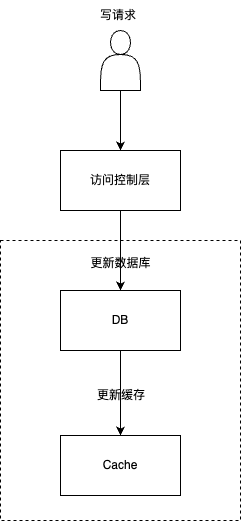
The draw.io diagram binlog-sub.png in qinjianmin/draw.io, before a commit. Source tidied: cells renumbered, new cells last; positions are measured from the earlier drawing's top-left corner, leaving out a move shared by most shapes. Its diagram source:
```xml
<mxGraphModel>
  <root>
    <mxCell id="0" />
    <mxCell id="1" parent="0" />
    <mxCell id="2" style="rounded=0;whiteSpace=wrap;html=1;fillColor=none;dashed=1;" parent="1" vertex="1">
      <mxGeometry y="240" width="240" height="280" as="geometry" />
    </mxCell>
    <mxCell id="3" value="写请求" style="text;html=1;strokeColor=none;fillColor=none;align=center;verticalAlign=middle;whiteSpace=wrap;rounded=0;" parent="1" vertex="1">
      <mxGeometry x="87.5" width="60" height="30" as="geometry" />
    </mxCell>
    <mxCell id="4" style="edgeStyle=orthogonalEdgeStyle;rounded=0;jettySize=auto;html=1;" parent="1" edge="1" source="5" target="6">
      <mxGeometry relative="1" as="geometry" />
    </mxCell>
    <mxCell id="5" value="DB" style="whiteSpace=wrap;html=1;" parent="1" vertex="1">
      <mxGeometry x="60" y="290" width="120" height="60" as="geometry" />
    </mxCell>
    <mxCell id="6" value="Cache" style="whiteSpace=wrap;html=1;" parent="1" vertex="1">
      <mxGeometry x="60" y="435" width="120" height="60" as="geometry" />
    </mxCell>
    <mxCell id="7" value="更新数据库" style="text;html=1;strokeColor=none;fillColor=none;align=center;verticalAlign=middle;whiteSpace=wrap;rounded=0;" parent="1" vertex="1">
      <mxGeometry x="77.5" y="248" width="85" height="30" as="geometry" />
    </mxCell>
    <mxCell id="8" value="更新缓存" style="text;html=1;strokeColor=none;fillColor=none;align=center;verticalAlign=middle;whiteSpace=wrap;rounded=0;" parent="1" vertex="1">
      <mxGeometry x="91" y="380" width="60" height="30" as="geometry" />
    </mxCell>
    <mxCell id="9" style="edgeStyle=orthogonalEdgeStyle;rounded=0;jettySize=auto;html=1;entryX=0.5;entryY=0;entryDx=0;entryDy=0;" parent="1" edge="1" source="10" target="12">
      <mxGeometry relative="1" as="geometry" />
    </mxCell>
    <mxCell id="10" style="shape=actor;whiteSpace=wrap;html=1;" parent="1" vertex="1">
      <mxGeometry x="100" y="30" width="40" height="60" as="geometry" />
    </mxCell>
    <mxCell id="11" style="edgeStyle=orthogonalEdgeStyle;rounded=0;jettySize=auto;html=1;entryX=0.5;entryY=0;entryDx=0;entryDy=0;" parent="1" edge="1" source="12" target="5">
      <mxGeometry relative="1" as="geometry" />
    </mxCell>
    <mxCell id="12" value="访问控制层" style="whiteSpace=wrap;html=1;" parent="1" vertex="1">
      <mxGeometry x="60" y="150" width="120" height="60" as="geometry" />
    </mxCell>
  </root>
</mxGraphModel>
```
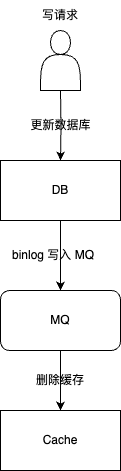
After the commit.

The edit, as a diff of the source:
```diff
@@ -2,38 +2,40 @@
   <root>
     <mxCell id="0" />
     <mxCell id="1" parent="0" />
-    <mxCell id="2" style="rounded=0;whiteSpace=wrap;html=1;fillColor=none;dashed=1;" parent="1" vertex="1">
-      <mxGeometry y="240" width="240" height="280" as="geometry" />
-    </mxCell>
     <mxCell id="3" value="写请求" style="text;html=1;strokeColor=none;fillColor=none;align=center;verticalAlign=middle;whiteSpace=wrap;rounded=0;" parent="1" vertex="1">
-      <mxGeometry x="87.5" width="60" height="30" as="geometry" />
+      <mxGeometry x="90" y="130" width="60" height="30" as="geometry" />
     </mxCell>
-    <mxCell id="4" style="edgeStyle=orthogonalEdgeStyle;rounded=0;jettySize=auto;html=1;" parent="1" edge="1" source="5" target="6">
-      <mxGeometry relative="1" as="geometry" />
-    </mxCell>
+    <mxCell id="13" style="edgeStyle=orthogonalEdgeStyle;rounded=0;jettySize=auto;html=1;entryX=0.5;entryY=0;entryDx=0;entryDy=0;" parent="1" edge="1" source="5" target="15">
+      <mxGeometry relative="1" as="geometry" />
+    </mxCell>
     <mxCell id="5" value="DB" style="whiteSpace=wrap;html=1;" parent="1" vertex="1">
       <mxGeometry x="60" y="290" width="120" height="60" as="geometry" />
     </mxCell>
-    <mxCell id="6" value="Cache" style="whiteSpace=wrap;html=1;" parent="1" vertex="1">
-      <mxGeometry x="60" y="435" width="120" height="60" as="geometry" />
-    </mxCell>
     <mxCell id="7" value="更新数据库" style="text;html=1;strokeColor=none;fillColor=none;align=center;verticalAlign=middle;whiteSpace=wrap;rounded=0;" parent="1" vertex="1">
-      <mxGeometry x="77.5" y="248" width="85" height="30" as="geometry" />
+      <mxGeometry x="77.5" y="240" width="85" height="30" as="geometry" />
     </mxCell>
-    <mxCell id="8" value="更新缓存" style="text;html=1;strokeColor=none;fillColor=none;align=center;verticalAlign=middle;whiteSpace=wrap;rounded=0;" parent="1" vertex="1">
-      <mxGeometry x="91" y="380" width="60" height="30" as="geometry" />
-    </mxCell>
-    <mxCell id="9" style="edgeStyle=orthogonalEdgeStyle;rounded=0;jettySize=auto;html=1;entryX=0.5;entryY=0;entryDx=0;entryDy=0;" parent="1" edge="1" source="10" target="12">
-      <mxGeometry relative="1" as="geometry" />
-    </mxCell>
     <mxCell id="10" style="shape=actor;whiteSpace=wrap;html=1;" parent="1" vertex="1">
-      <mxGeometry x="100" y="30" width="40" height="60" as="geometry" />
+      <mxGeometry x="100" y="160" width="40" height="60" as="geometry" />
     </mxCell>
-    <mxCell id="11" style="edgeStyle=orthogonalEdgeStyle;rounded=0;jettySize=auto;html=1;entryX=0.5;entryY=0;entryDx=0;entryDy=0;" parent="1" edge="1" source="12" target="5">
-      <mxGeometry relative="1" as="geometry" />
+    <mxCell id="11" style="edgeStyle=orthogonalEdgeStyle;rounded=0;jettySize=auto;html=1;entryX=0.5;entryY=0;entryDx=0;entryDy=0;" parent="1" edge="1" target="5">
+      <mxGeometry relative="1" as="geometry">
+        <mxPoint x="120" y="220" as="sourcePoint" />
+      </mxGeometry>
     </mxCell>
-    <mxCell id="12" value="访问控制层" style="whiteSpace=wrap;html=1;" parent="1" vertex="1">
-      <mxGeometry x="60" y="150" width="120" height="60" as="geometry" />
-    </mxCell>
+    <mxCell id="14" style="edgeStyle=orthogonalEdgeStyle;rounded=0;jettySize=auto;html=1;entryX=0.5;entryY=0;entryDx=0;entryDy=0;" parent="1" edge="1" source="15" target="6">
+      <mxGeometry relative="1" as="geometry" />
+    </mxCell>
+    <mxCell id="15" value="MQ" style="rounded=1;whiteSpace=wrap;html=1;" parent="1" vertex="1">
+      <mxGeometry x="60" y="420" width="120" height="60" as="geometry" />
+    </mxCell>
+    <mxCell id="16" value="binlog 写入 MQ" style="text;html=1;strokeColor=none;fillColor=none;align=center;verticalAlign=middle;whiteSpace=wrap;rounded=0;" parent="1" vertex="1">
+      <mxGeometry x="62.5" y="370" width="100" height="30" as="geometry" />
+    </mxCell>
+    <mxCell id="6" value="Cache" style="whiteSpace=wrap;html=1;" parent="1" vertex="1">
+      <mxGeometry x="60" y="540" width="120" height="60" as="geometry" />
+    </mxCell>
+    <mxCell id="17" value="删除缓存" style="text;html=1;strokeColor=none;fillColor=none;align=center;verticalAlign=middle;whiteSpace=wrap;rounded=0;" parent="1" vertex="1">
+      <mxGeometry x="90" y="495" width="60" height="30" as="geometry" />
+    </mxCell>
   </root>
 </mxGraphModel>
```
